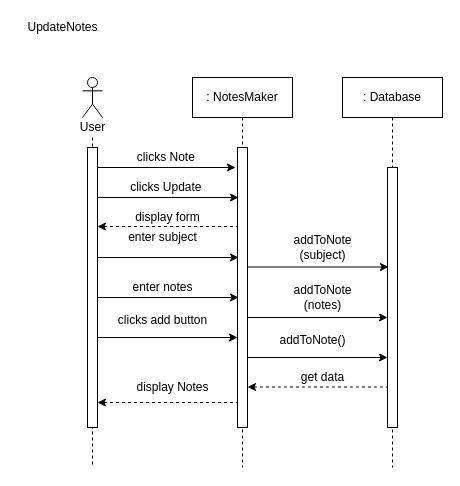
Earlier version of the draw.io diagram page "Page-3" (3 of 4) of NotesMaker.drawio (FaizAnuar/ashisu). Source tidied: cells renumbered, new cells numbered last; positions are measured from the earlier drawing's top-left corner, leaving out a move shared by most shapes. Both pictures are drawn from the tidied source at 100%, with x=0, y=0 at pixel (17, 17).
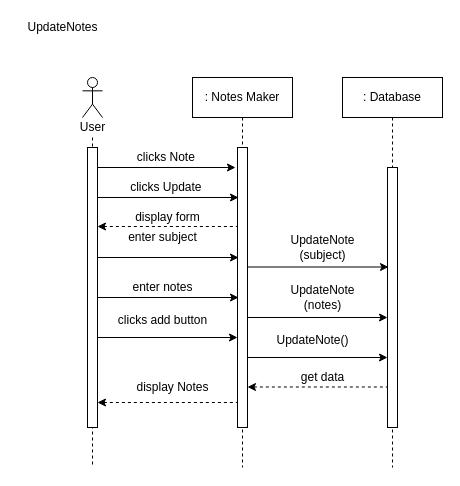
Above is the later version.

Diff of the diagram source:
```diff
@@
-    <mxCell id="4" value=": NotesMaker" style="rounded=0;whiteSpace=wrap;html=1;" parent="1" vertex="1">
+    <mxCell id="4" value=": Notes Maker" style="rounded=0;whiteSpace=wrap;html=1;" parent="1" vertex="1">
       <mxGeometry x="175" y="60" width="100" height="40" as="geometry" />
     </mxCell>
@@
-    <mxCell id="20" value="addToNote&lt;br&gt;(subject)" style="text;html=1;align=center;verticalAlign=middle;strokeColor=none;" parent="1" vertex="1">
-      <mxGeometry x="270" y="215" width="70" height="30" as="geometry" />
+    <mxCell id="20" value="UpdateNote&lt;br&gt;(subject)" style="text;html=1;align=center;verticalAlign=middle;strokeColor=none;" parent="1" vertex="1">
+      <mxGeometry x="265" y="215" width="80" height="30" as="geometry" />
     </mxCell>
-    <mxCell id="21" value="addToNote&lt;br&gt;(notes)" style="text;html=1;align=center;verticalAlign=middle;strokeColor=none;" parent="1" vertex="1">
-      <mxGeometry x="270" y="260" width="70" height="40" as="geometry" />
+    <mxCell id="21" value="UpdateNote&lt;br&gt;(notes)" style="text;html=1;align=center;verticalAlign=middle;strokeColor=none;" parent="1" vertex="1">
+      <mxGeometry x="265" y="260" width="80" height="40" as="geometry" />
     </mxCell>
@@
-    <mxCell id="24" value="addToNote()" style="text;html=1;align=center;verticalAlign=middle;strokeColor=none;" parent="1" vertex="1">
-      <mxGeometry x="255" y="312.5" width="80" height="20" as="geometry" />
+    <mxCell id="24" value="UpdateNote()" style="text;html=1;align=center;verticalAlign=middle;strokeColor=none;" parent="1" vertex="1">
+      <mxGeometry x="250" y="312.5" width="90" height="20" as="geometry" />
     </mxCell>
```
